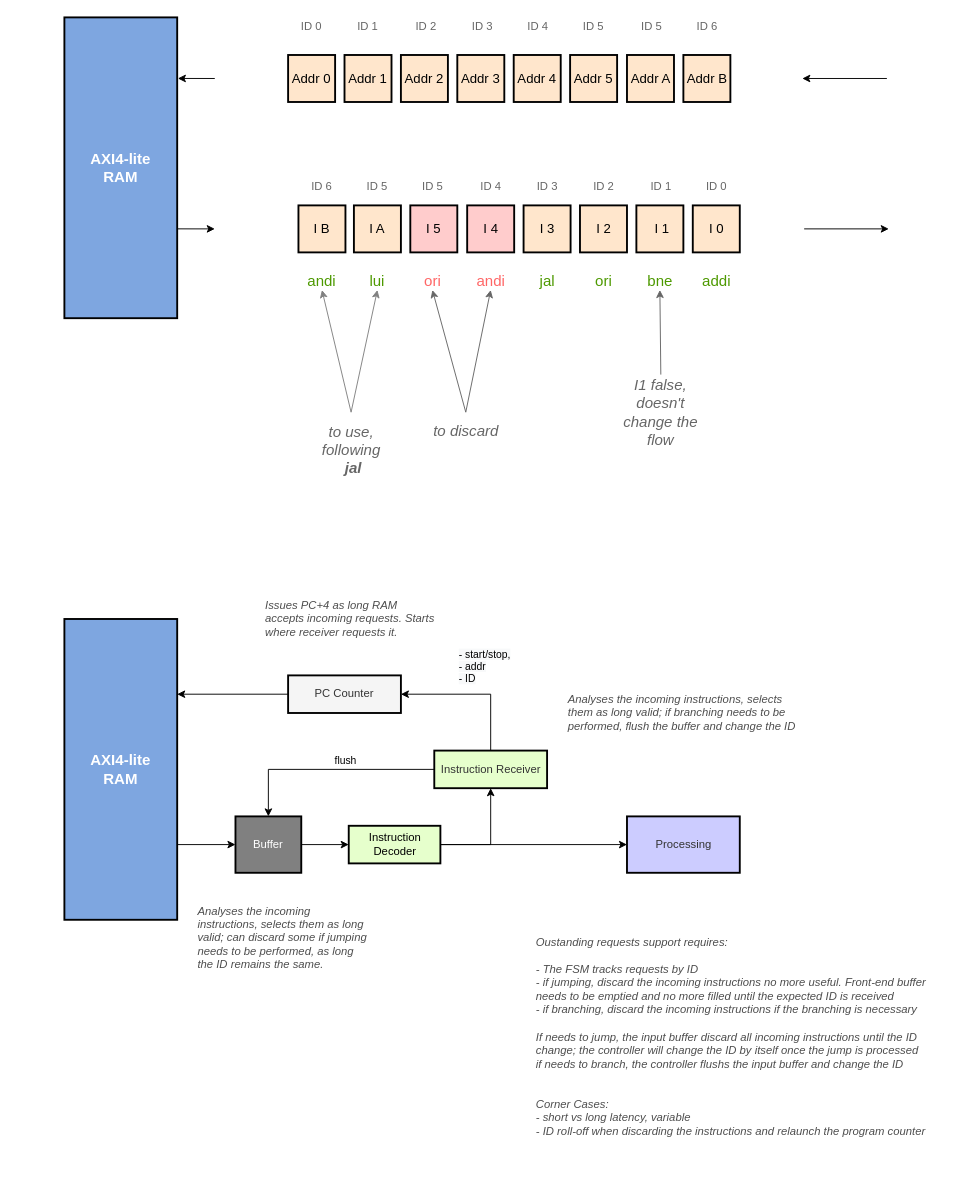
Before: page "AXI4-lite Control Unit" (6 of 6) of doc/friscv.drawio in dpretet/friscv, a draw.io diagram. Source tidied: cells renumbered, new cells numbered last; positions are measured from the earlier drawing's top-left corner, leaving out a move shared by most shapes. Both pictures are drawn from the tidied source at 94%, with x=0, y=0 at pixel (64, 17).
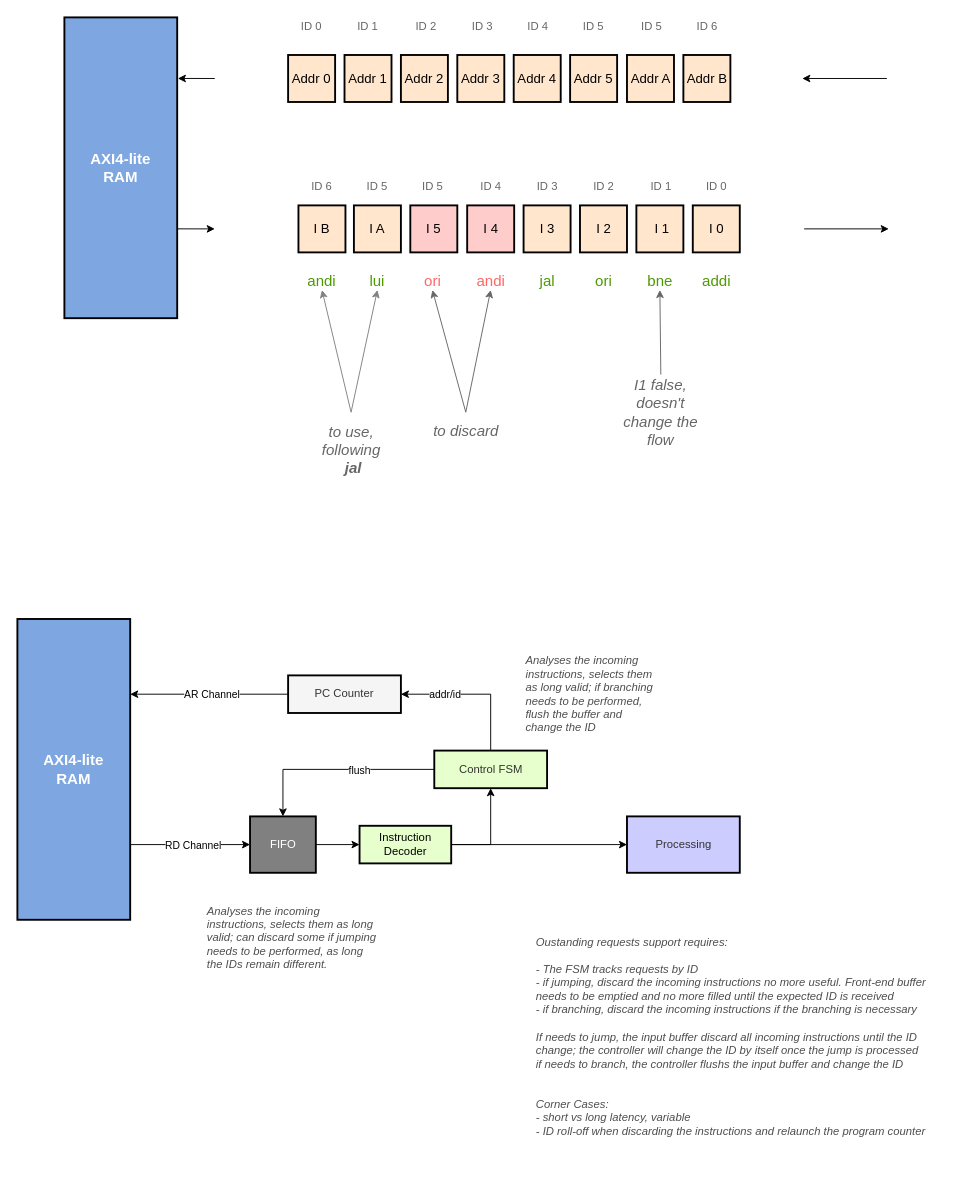
The same diagram, later.

Unchanged cells that the change refers to:
```xml
<mxCell id="31" style="edgeStyle=none;rounded=0;jettySize=auto;html=1;exitX=0;exitY=0.5;exitDx=0;exitDy=0;entryX=1;entryY=0.25;entryDx=0;entryDy=0;" parent="1" edge="1" source="32" target="33">
  <mxGeometry relative="1" as="geometry" />
</mxCell>
<mxCell id="34" style="edgeStyle=orthogonalEdgeStyle;rounded=0;jettySize=auto;html=1;exitX=0.5;exitY=0;exitDx=0;exitDy=0;entryX=1;entryY=0.5;entryDx=0;entryDy=0;" parent="1" edge="1" source="38" target="32">
  <mxGeometry relative="1" as="geometry" />
</mxCell>
<mxCell id="36" style="edgeStyle=orthogonalEdgeStyle;rounded=0;jettySize=auto;html=1;exitX=0;exitY=0.5;exitDx=0;exitDy=0;entryX=0.5;entryY=0;entryDx=0;entryDy=0;fontSize=11;fontColor=#FF6666;" parent="1" edge="1" source="38" target="41">
  <mxGeometry relative="1" as="geometry" />
</mxCell>
<mxCell id="40" style="edgeStyle=orthogonalEdgeStyle;rounded=0;jettySize=auto;html=1;exitX=1;exitY=0.75;exitDx=0;exitDy=0;entryX=0;entryY=0.5;entryDx=0;entryDy=0;fontColor=#666666;" parent="1" edge="1" source="33" target="41">
  <mxGeometry relative="1" as="geometry" />
</mxCell>
```

The edit, as a diff of the source:
```diff
@@
+    <mxCell id="74" value="AR Channel" style="edgeLabel;html=1;align=center;verticalAlign=middle;fontSize=11;fontColor=#000000;" parent="31" vertex="1">
+      <mxGeometry x="0.04" y="2" relative="1" as="geometry">
+        <mxPoint x="5" y="-2" as="offset" />
+      </mxGeometry>
+    </mxCell>
@@
     <mxCell id="33" value="AXI4-lite &lt;br&gt;RAM" style="rounded=0;whiteSpace=wrap;html=1;fontSize=16;strokeColor=#000000;strokeWidth=2;fillColor=#7EA6E0;fontColor=#FFFFFF;fontStyle=1;" parent="1" vertex="1">
-      <mxGeometry y="640" width="120" height="320" as="geometry" />
+      <mxGeometry x="-50" y="640" width="120" height="320" as="geometry" />
     </mxCell>
@@
-    <mxCell id="35" value="&lt;span style=&quot;color: rgb(0 , 0 , 0) ; background-color: rgb(248 , 249 , 250)&quot;&gt;- start/stop,&lt;/span&gt;&lt;br style=&quot;color: rgb(0 , 0 , 0) ; background-color: rgb(248 , 249 , 250)&quot;&gt;&lt;span style=&quot;color: rgb(0 , 0 , 0) ; background-color: rgb(248 , 249 , 250)&quot;&gt;- addr&lt;br&gt;- ID&lt;br&gt;&lt;/span&gt;" style="edgeLabel;html=1;align=left;verticalAlign=middle;fontSize=11;fontColor=#FF6666;" parent="34" vertex="1">
-      <mxGeometry x="0.09" relative="1" as="geometry">
-        <mxPoint x="-11" y="-30" as="offset" />
-      </mxGeometry>
-    </mxCell>
+    <mxCell id="75" value="addr/id" style="edgeLabel;html=1;align=center;verticalAlign=middle;fontSize=11;fontColor=#000000;" parent="34" vertex="1">
+      <mxGeometry x="0.47" y="-2" relative="1" as="geometry">
+        <mxPoint x="5" y="2" as="offset" />
+      </mxGeometry>
+    </mxCell>
@@
-    <mxCell id="37" value="flush" style="edgeLabel;html=1;align=center;verticalAlign=middle;fontSize=11;" parent="36" vertex="1">
-      <mxGeometry x="-0.14" relative="1" as="geometry">
-        <mxPoint x="2" y="-10" as="offset" />
+    <mxCell id="37" value="flush" style="edgeLabel;html=1;align=center;verticalAlign=middle;fontSize=11;fontColor=#000000;" parent="36" vertex="1">
+      <mxGeometry x="-0.23" y="-2" relative="1" as="geometry">
+        <mxPoint x="1" y="2" as="offset" />
       </mxGeometry>
     </mxCell>
-    <mxCell id="38" value="Instruction Receiver" style="rounded=0;whiteSpace=wrap;html=1;fontColor=#333333;strokeWidth=2;fillColor=#E6FFCC;" parent="1" vertex="1">
+    <mxCell id="38" value="Control FSM" style="rounded=0;whiteSpace=wrap;html=1;fontColor=#333333;strokeWidth=2;fillColor=#E6FFCC;" parent="1" vertex="1">
       <mxGeometry x="393.5" y="780" width="120" height="40" as="geometry" />
     </mxCell>
@@
+    <mxCell id="76" value="RD Channel" style="edgeLabel;html=1;align=center;verticalAlign=middle;fontSize=11;fontColor=#000000;" parent="40" vertex="1">
+      <mxGeometry x="-0.21" relative="1" as="geometry">
+        <mxPoint x="16" as="offset" />
+      </mxGeometry>
+    </mxCell>
-    <mxCell id="41" value="Buffer" style="rounded=0;whiteSpace=wrap;html=1;fillColor=#808080;fontColor=#FFFFFF;strokeWidth=2;" parent="1" vertex="1">
-      <mxGeometry x="182" y="850" width="70" height="60" as="geometry" />
+    <mxCell id="41" value="FIFO" style="rounded=0;whiteSpace=wrap;html=1;fillColor=#808080;fontColor=#FFFFFF;strokeWidth=2;" parent="1" vertex="1">
+      <mxGeometry x="197.5" y="850" width="70" height="60" as="geometry" />
     </mxCell>
@@
     <mxCell id="44" value="Instruction&lt;br&gt;Decoder" style="rounded=0;whiteSpace=wrap;html=1;strokeWidth=2;fillColor=#E6FFCC;" parent="1" vertex="1">
-      <mxGeometry x="302.5" y="860" width="97.5" height="40" as="geometry" />
+      <mxGeometry x="314" y="860" width="97.5" height="40" as="geometry" />
     </mxCell>
-    <mxCell id="45" value="Issues PC+4 as long RAM accepts incoming requests. Starts where receiver requests it.&amp;nbsp;" style="text;html=1;strokeColor=none;fillColor=none;align=left;verticalAlign=middle;whiteSpace=wrap;rounded=0;fontStyle=2;fontColor=#4D4D4D;" parent="1" vertex="1">
-      <mxGeometry x="211.5" y="610" width="187" height="60" as="geometry" />
-    </mxCell>
     <mxCell id="46" value="Analyses the incoming instructions, selects them as long valid; if branching needs to be performed, flush the buffer and change the ID" style="text;html=1;strokeColor=none;fillColor=none;align=left;verticalAlign=middle;whiteSpace=wrap;rounded=0;fontStyle=2;fontColor=#4D4D4D;" parent="1" vertex="1">
-      <mxGeometry x="533.5" y="690" width="256.5" height="100" as="geometry" />
+      <mxGeometry x="488.5" y="670" width="138" height="100" as="geometry" />
     </mxCell>
@@
-    <mxCell id="73" value="Analyses the incoming instructions, selects them as long valid; can discard some if jumping&amp;nbsp; needs to be performed, as long the ID remains the same." style="text;html=1;strokeColor=none;fillColor=none;align=left;verticalAlign=middle;whiteSpace=wrap;rounded=0;fontStyle=2;fontColor=#4D4D4D;" parent="1" vertex="1">
-      <mxGeometry x="140" y="929" width="187" height="100" as="geometry" />
+    <mxCell id="73" value="Analyses the incoming instructions, selects them as long valid; can discard some if jumping&amp;nbsp; needs to be performed, as long the IDs remain different." style="text;html=1;strokeColor=none;fillColor=none;align=left;verticalAlign=middle;whiteSpace=wrap;rounded=0;fontStyle=2;fontColor=#4D4D4D;" parent="1" vertex="1">
+      <mxGeometry x="150" y="929" width="187" height="100" as="geometry" />
     </mxCell>
```
